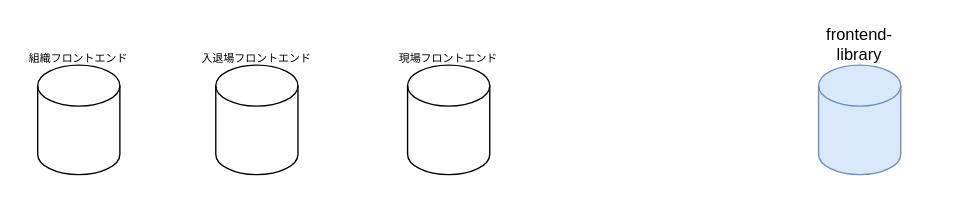
This is 名称未設定ファイル.drawio from tetora1053/aws-cli-scripts, a draw.io file, before an edit. Source tidied: cells renumbered, new cells numbered last; positions are measured from the earlier drawing's top-left corner, leaving out a move shared by most shapes. Both pictures are drawn from the tidied source at 137%, with x=0, y=0 at pixel (23, 23).
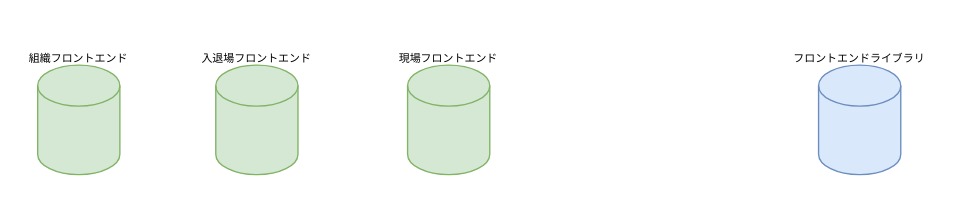
Above is the later version.

Commit message (it also covers changes not shown here):
名称未設定ファイル.drawio を更新します

Diff of the diagram source:
```diff
@@
 <mxGraphModel>
   <root>
     <mxCell id="0" />
     <mxCell id="1" parent="0" />
-    <mxCell id="2" style="shape=cylinder3;whiteSpace=wrap;html=1;boundedLbl=1;backgroundOutline=1;size=15;fillColor=#dae8fc;strokeColor=#6c8ebf;" parent="1" vertex="1">
-      <mxGeometry x="580" y="30" width="60" height="80" as="geometry" />
-    </mxCell>
     <mxCell id="3" style="group;" parent="1" vertex="1">
       <mxGeometry x="280" width="80" height="110" as="geometry" />
     </mxCell>
-    <mxCell id="4" style="shape=cylinder3;whiteSpace=wrap;html=1;boundedLbl=1;backgroundOutline=1;size=15;" parent="3" vertex="1">
+    <mxCell id="4" style="shape=cylinder3;whiteSpace=wrap;html=1;boundedLbl=1;backgroundOutline=1;size=15;fillColor=#d5e8d4;strokeColor=#82b366;" parent="3" vertex="1">
       <mxGeometry y="30" width="60" height="80" as="geometry" />
     </mxCell>
     <mxCell id="5" value="現場フロントエンド" style="text;html=1;strokeColor=none;fillColor=none;align=center;verticalAlign=middle;whiteSpace=wrap;rounded=0;fontSize=8;" parent="3" vertex="1">
       <mxGeometry x="-10" y="10" width="80" height="30" as="geometry" />
     </mxCell>
-    <mxCell id="6" value="frontend-library" style="text;html=1;strokeColor=none;fillColor=none;align=center;verticalAlign=middle;whiteSpace=wrap;rounded=0;" parent="1" vertex="1">
-      <mxGeometry x="580" width="60" height="30" as="geometry" />
-    </mxCell>
     <mxCell id="7" style="group;" parent="1" vertex="1">
       <mxGeometry y="10" width="80" height="100" as="geometry" />
     </mxCell>
-    <mxCell id="8" style="shape=cylinder3;whiteSpace=wrap;html=1;boundedLbl=1;backgroundOutline=1;size=15;" parent="7" vertex="1">
+    <mxCell id="8" style="shape=cylinder3;whiteSpace=wrap;html=1;boundedLbl=1;backgroundOutline=1;size=15;fillColor=#d5e8d4;strokeColor=#82b366;" parent="7" vertex="1">
       <mxGeometry x="10" y="20" width="60" height="80" as="geometry" />
     </mxCell>
     <mxCell id="9" value="組織フロントエンド" style="text;html=1;strokeColor=none;fillColor=none;align=center;verticalAlign=middle;whiteSpace=wrap;rounded=0;fontSize=8;" parent="7" vertex="1">
       <mxGeometry width="80" height="30" as="geometry" />
     </mxCell>
     <mxCell id="10" style="group;" parent="1" vertex="1">
       <mxGeometry x="125" y="10" width="90" height="100" as="geometry" />
     </mxCell>
-    <mxCell id="11" style="shape=cylinder3;whiteSpace=wrap;html=1;boundedLbl=1;backgroundOutline=1;size=15;" parent="10" vertex="1">
+    <mxCell id="11" style="shape=cylinder3;whiteSpace=wrap;html=1;boundedLbl=1;backgroundOutline=1;size=15;fillColor=#d5e8d4;strokeColor=#82b366;" parent="10" vertex="1">
       <mxGeometry x="15" y="20" width="60" height="80" as="geometry" />
     </mxCell>
     <mxCell id="12" value="入退場フロントエンド" style="text;html=1;strokeColor=none;fillColor=none;align=center;verticalAlign=middle;whiteSpace=wrap;rounded=0;fontSize=8;" parent="10" vertex="1">
       <mxGeometry width="90" height="30" as="geometry" />
     </mxCell>
+    <mxCell id="13" style="group;" parent="1" vertex="1">
+      <mxGeometry x="580" width="100" height="110" as="geometry" />
+    </mxCell>
+    <mxCell id="2" style="shape=cylinder3;whiteSpace=wrap;html=1;boundedLbl=1;backgroundOutline=1;size=15;fillColor=#dae8fc;strokeColor=#6c8ebf;" parent="13" vertex="1">
+      <mxGeometry y="30" width="60" height="80" as="geometry" />
+    </mxCell>
+    <mxCell id="6" value="フロントエンドライブラリ" style="text;html=1;strokeColor=none;fillColor=none;align=center;verticalAlign=middle;whiteSpace=wrap;rounded=0;fontSize=8;" parent="13" vertex="1">
+      <mxGeometry x="-20" y="10" width="100" height="30" as="geometry" />
+    </mxCell>
   </root>
 </mxGraphModel>
```
